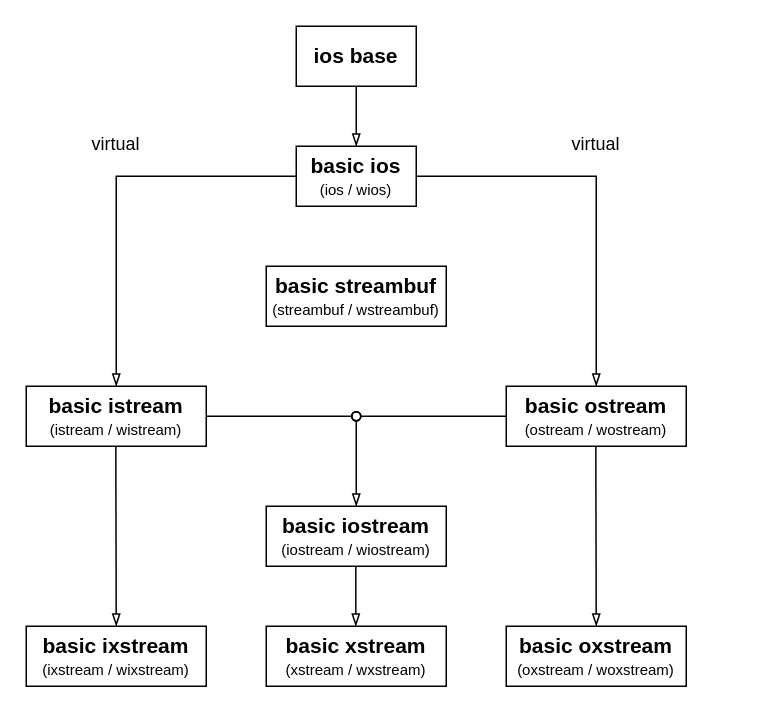
Before: projects/examples/source/13.01.drawio in i-s-m-mipt/Education, a draw.io diagram. Source tidied: cells renumbered, new cells numbered last; positions are measured from the earlier drawing's top-left corner, leaving out a move shared by most shapes. Both pictures are drawn from the tidied source at 150%, with x=0, y=0 at pixel (26, 26).
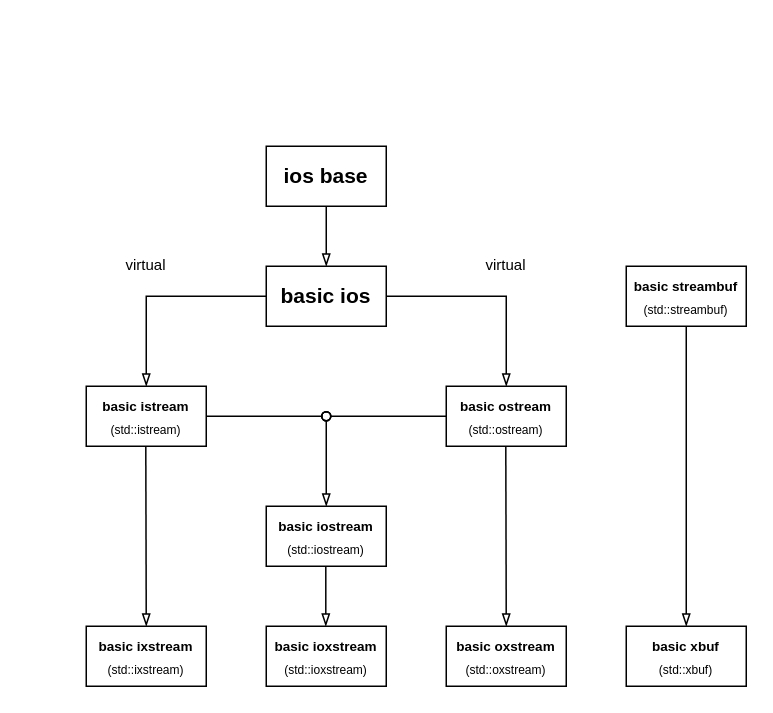
The same diagram, later.

Diff of the diagram source:
```diff
@@
     <mxCell id="2" value="&lt;b&gt;&lt;font style=&quot;font-size: 14px;&quot;&gt;ios base&lt;/font&gt;&lt;/b&gt;" style="rounded=0;whiteSpace=wrap;html=1;fontFamily=Helvetica;" parent="1" vertex="1">
-      <mxGeometry x="180" width="80" height="40" as="geometry" />
+      <mxGeometry x="160" y="80" width="80" height="40" as="geometry" />
     </mxCell>
-    <mxCell id="3" value="&lt;b&gt;&lt;font style=&quot;font-size: 14px;&quot;&gt;basic ios&lt;/font&gt;&lt;/b&gt;&lt;div&gt;&lt;span style=&quot;font-size: 10px;&quot;&gt;&lt;font style=&quot;&quot;&gt;(ios / wios)&lt;/font&gt;&lt;/span&gt;&lt;/div&gt;" style="rounded=0;whiteSpace=wrap;html=1;fontFamily=Helvetica;" parent="1" vertex="1">
-      <mxGeometry x="180" y="80" width="80" height="40" as="geometry" />
+    <mxCell id="3" value="&lt;b&gt;&lt;font style=&quot;font-size: 14px;&quot;&gt;basic ios&lt;/font&gt;&lt;/b&gt;" style="rounded=0;whiteSpace=wrap;html=1;fontFamily=Helvetica;" parent="1" vertex="1">
+      <mxGeometry x="160" y="160" width="80" height="40" as="geometry" />
     </mxCell>
-    <mxCell id="4" value="&lt;b&gt;&lt;font style=&quot;font-size: 14px;&quot;&gt;basic istream&lt;/font&gt;&lt;/b&gt;&lt;div&gt;&lt;span style=&quot;font-size: 10px; background-color: initial;&quot;&gt;(istream / wistream)&lt;/span&gt;&lt;/div&gt;" style="rounded=0;whiteSpace=wrap;html=1;fontFamily=Helvetica;" parent="1" vertex="1">
-      <mxGeometry y="240" width="120" height="40" as="geometry" />
+    <mxCell id="4" value="&lt;b&gt;&lt;font style=&quot;font-size: 9px;&quot;&gt;basic istream&lt;/font&gt;&lt;/b&gt;&lt;div&gt;&lt;span style=&quot;background-color: initial;&quot;&gt;&lt;font style=&quot;font-size: 8px;&quot;&gt;(std::istream)&lt;/font&gt;&lt;/span&gt;&lt;/div&gt;" style="rounded=0;whiteSpace=wrap;html=1;fontFamily=Helvetica;" parent="1" vertex="1">
+      <mxGeometry x="40" y="240" width="80" height="40" as="geometry" />
     </mxCell>
-    <mxCell id="5" value="&lt;b&gt;&lt;font style=&quot;font-size: 14px;&quot;&gt;basic ostream&lt;/font&gt;&lt;/b&gt;&lt;div&gt;&lt;span style=&quot;background-color: initial; font-size: 10px;&quot;&gt;&lt;font&gt;(ostream / wo&lt;/font&gt;&lt;/span&gt;&lt;span style=&quot;background-color: initial; font-size: 10px;&quot;&gt;stream)&lt;/span&gt;&lt;/div&gt;" style="rounded=0;whiteSpace=wrap;html=1;fontFamily=Helvetica;" parent="1" vertex="1">
-      <mxGeometry x="320" y="240" width="120" height="40" as="geometry" />
+    <mxCell id="5" value="&lt;b&gt;&lt;font style=&quot;font-size: 9px;&quot;&gt;basic ostream&lt;/font&gt;&lt;/b&gt;&lt;div&gt;&lt;span style=&quot;background-color: initial;&quot;&gt;&lt;font style=&quot;font-size: 8px;&quot;&gt;(std::ostream)&lt;/font&gt;&lt;/span&gt;&lt;/div&gt;" style="rounded=0;whiteSpace=wrap;html=1;fontFamily=Helvetica;" parent="1" vertex="1">
+      <mxGeometry x="280" y="240" width="80" height="40" as="geometry" />
     </mxCell>
-    <mxCell id="6" value="&lt;b&gt;&lt;font style=&quot;font-size: 14px;&quot;&gt;basic iostream&lt;/font&gt;&lt;/b&gt;&lt;div&gt;&lt;span style=&quot;background-color: initial; font-size: 10px;&quot;&gt;&lt;font&gt;(iostream / wio&lt;/font&gt;&lt;/span&gt;&lt;span style=&quot;background-color: initial; font-size: 10px;&quot;&gt;stream)&lt;/span&gt;&lt;/div&gt;" style="rounded=0;whiteSpace=wrap;html=1;fontFamily=Helvetica;" parent="1" vertex="1">
-      <mxGeometry x="160" y="320" width="120" height="40" as="geometry" />
+    <mxCell id="6" value="&lt;b&gt;&lt;font style=&quot;font-size: 9px;&quot;&gt;basic iostream&lt;/font&gt;&lt;/b&gt;&lt;div&gt;&lt;span style=&quot;background-color: initial;&quot;&gt;&lt;font style=&quot;font-size: 8px;&quot;&gt;(std::iostream)&lt;/font&gt;&lt;/span&gt;&lt;/div&gt;" style="rounded=0;whiteSpace=wrap;html=1;fontFamily=Helvetica;" parent="1" vertex="1">
+      <mxGeometry x="160" y="320" width="80" height="40" as="geometry" />
     </mxCell>
     <mxCell id="7" style="endArrow=none;html=1;rounded=0;exitX=0.5;exitY=0;exitDx=0;exitDy=0;entryX=0;entryY=0.5;entryDx=0;entryDy=0;endFill=0;fontFamily=Helvetica;startFill=0;startArrow=blockThin;" parent="1" edge="1" source="4" target="3">
       <mxGeometry relative="1" as="geometry">
         <Array as="points">
-          <mxPoint x="60" y="100" />
+          <mxPoint x="80" y="180" />
         </Array>
       </mxGeometry>
     </mxCell>
     <mxCell id="8" style="endArrow=none;html=1;rounded=0;entryX=1;entryY=0.5;entryDx=0;entryDy=0;endFill=0;exitX=0.5;exitY=0;exitDx=0;exitDy=0;fontFamily=Helvetica;startFill=0;startArrow=blockThin;" parent="1" edge="1" source="5" target="3">
       <mxGeometry relative="1" as="geometry">
         <Array as="points">
-          <mxPoint x="380" y="100" />
+          <mxPoint x="320" y="180" />
         </Array>
       </mxGeometry>
     </mxCell>
@@
-    <mxCell id="10" value="&lt;font&gt;virtual&lt;/font&gt;" style="text;html=1;align=center;verticalAlign=middle;whiteSpace=wrap;rounded=0;fontFamily=Helvetica;" parent="1" vertex="1">
-      <mxGeometry x="20" y="59" width="80" height="40" as="geometry" />
+    <mxCell id="10" value="&lt;font style=&quot;font-size: 10px;&quot;&gt;virtual&lt;/font&gt;" style="text;html=1;align=center;verticalAlign=middle;whiteSpace=wrap;rounded=0;fontFamily=Helvetica;" parent="1" vertex="1">
+      <mxGeometry x="40" y="139" width="80" height="40" as="geometry" />
     </mxCell>
-    <mxCell id="11" value="&lt;b&gt;&lt;font style=&quot;font-size: 14px;&quot;&gt;basic oxstream&lt;/font&gt;&lt;/b&gt;&lt;div&gt;&lt;span style=&quot;background-color: initial; font-size: 10px;&quot;&gt;&lt;font&gt;(oxstream / wox&lt;/font&gt;&lt;/span&gt;&lt;span style=&quot;background-color: initial; font-size: 10px;&quot;&gt;stream)&lt;/span&gt;&lt;/div&gt;" style="rounded=0;whiteSpace=wrap;html=1;fontFamily=Helvetica;" parent="1" vertex="1">
-      <mxGeometry x="320" y="400" width="120" height="40" as="geometry" />
+    <mxCell id="11" value="&lt;b&gt;&lt;font style=&quot;font-size: 9px;&quot;&gt;basic oxstream&lt;/font&gt;&lt;/b&gt;&lt;div&gt;&lt;span style=&quot;background-color: initial;&quot;&gt;&lt;font style=&quot;font-size: 8px;&quot;&gt;(std::oxstream)&lt;/font&gt;&lt;/span&gt;&lt;/div&gt;" style="rounded=0;whiteSpace=wrap;html=1;fontFamily=Helvetica;" parent="1" vertex="1">
+      <mxGeometry x="280" y="400" width="80" height="40" as="geometry" />
     </mxCell>
-    <mxCell id="12" value="&lt;b&gt;&lt;font style=&quot;font-size: 14px;&quot;&gt;basic ixstream&lt;/font&gt;&lt;/b&gt;&lt;div&gt;&lt;span style=&quot;font-size: 10px; background-color: initial;&quot;&gt;(ixstream / wixstream)&lt;/span&gt;&lt;/div&gt;" style="rounded=0;whiteSpace=wrap;html=1;fontFamily=Helvetica;" parent="1" vertex="1">
-      <mxGeometry y="400" width="120" height="40" as="geometry" />
+    <mxCell id="12" value="&lt;b&gt;&lt;font style=&quot;font-size: 9px;&quot;&gt;basic ixstream&lt;/font&gt;&lt;/b&gt;&lt;div&gt;&lt;span style=&quot;background-color: initial;&quot;&gt;&lt;font style=&quot;font-size: 8px;&quot;&gt;(std::ixstream)&lt;/font&gt;&lt;/span&gt;&lt;/div&gt;" style="rounded=0;whiteSpace=wrap;html=1;fontFamily=Helvetica;" parent="1" vertex="1">
+      <mxGeometry x="40" y="400" width="80" height="40" as="geometry" />
     </mxCell>
-    <mxCell id="13" value="&lt;b&gt;&lt;font style=&quot;font-size: 14px;&quot;&gt;basic xstream&lt;/font&gt;&lt;/b&gt;&lt;div&gt;&lt;span style=&quot;background-color: initial; font-size: 10px;&quot;&gt;&lt;font&gt;(xstream / wx&lt;/font&gt;&lt;/span&gt;&lt;span style=&quot;background-color: initial; font-size: 10px;&quot;&gt;stream)&lt;/span&gt;&lt;/div&gt;" style="rounded=0;whiteSpace=wrap;html=1;fontFamily=Helvetica;" parent="1" vertex="1">
-      <mxGeometry x="160" y="400" width="120" height="40" as="geometry" />
+    <mxCell id="13" value="&lt;b&gt;&lt;font style=&quot;font-size: 9px;&quot;&gt;basic ioxstream&lt;/font&gt;&lt;/b&gt;&lt;div&gt;&lt;span style=&quot;background-color: initial;&quot;&gt;&lt;font style=&quot;font-size: 8px;&quot;&gt;(std::ioxstream)&lt;/font&gt;&lt;/span&gt;&lt;/div&gt;" style="rounded=0;whiteSpace=wrap;html=1;fontFamily=Helvetica;" parent="1" vertex="1">
+      <mxGeometry x="160" y="400" width="80" height="40" as="geometry" />
     </mxCell>
     <mxCell id="14" style="endArrow=none;html=1;rounded=0;exitX=0.5;exitY=0;exitDx=0;exitDy=0;entryX=0.5;entryY=1;entryDx=0;entryDy=0;endFill=0;fontFamily=Helvetica;startFill=0;startArrow=blockThin;" parent="1" edge="1" source="12">
       <mxGeometry relative="1" as="geometry">
-        <mxPoint x="59.7" y="280" as="targetPoint" />
+        <mxPoint x="79.7" y="280" as="targetPoint" />
       </mxGeometry>
     </mxCell>
     <mxCell id="15" style="endArrow=none;html=1;rounded=0;exitX=0.5;exitY=0;exitDx=0;exitDy=0;entryX=0.5;entryY=1;entryDx=0;entryDy=0;endFill=0;fontFamily=Helvetica;startFill=0;startArrow=blockThin;" parent="1" edge="1">
       <mxGeometry relative="1" as="geometry">
-        <mxPoint x="219.7" y="400" as="sourcePoint" />
-        <mxPoint x="219.7" y="360" as="targetPoint" />
+        <mxPoint x="199.7" y="400" as="sourcePoint" />
+        <mxPoint x="199.7" y="360" as="targetPoint" />
       </mxGeometry>
     </mxCell>
     <mxCell id="16" style="endArrow=none;html=1;rounded=0;exitX=0.5;exitY=0;exitDx=0;exitDy=0;entryX=0.5;entryY=1;entryDx=0;entryDy=0;endFill=0;fontFamily=Helvetica;startFill=0;startArrow=blockThin;" parent="1" edge="1" source="11">
       <mxGeometry relative="1" as="geometry">
-        <mxPoint x="379.7" y="280" as="targetPoint" />
+        <mxPoint x="319.7" y="280" as="targetPoint" />
       </mxGeometry>
     </mxCell>
-    <mxCell id="17" value="&lt;b&gt;&lt;font style=&quot;font-size: 14px;&quot;&gt;basic streambuf&lt;/font&gt;&lt;/b&gt;&lt;div&gt;&lt;font style=&quot;font-size: 10px;&quot;&gt;(streambuf / wstreambuf)&lt;/font&gt;&lt;/div&gt;" style="rounded=0;whiteSpace=wrap;html=1;fontFamily=Helvetica;" parent="1" vertex="1">
-      <mxGeometry x="160" y="160" width="120" height="40" as="geometry" />
+    <mxCell id="17" value="&lt;b&gt;&lt;font style=&quot;font-size: 9px;&quot;&gt;basic streambuf&lt;/font&gt;&lt;/b&gt;&lt;div&gt;&lt;font style=&quot;font-size: 8px;&quot;&gt;(std::streambuf)&lt;/font&gt;&lt;/div&gt;" style="rounded=0;whiteSpace=wrap;html=1;fontFamily=Helvetica;" parent="1" vertex="1">
+      <mxGeometry x="400" y="160" width="80" height="40" as="geometry" />
     </mxCell>
-    <mxCell id="18" value="&lt;font&gt;virtual&lt;/font&gt;" style="text;html=1;align=center;verticalAlign=middle;whiteSpace=wrap;rounded=0;fontFamily=Helvetica;" parent="1" vertex="1">
-      <mxGeometry x="340" y="59" width="80" height="40" as="geometry" />
+    <mxCell id="18" value="&lt;font style=&quot;font-size: 10px;&quot;&gt;virtual&lt;/font&gt;" style="text;html=1;align=center;verticalAlign=middle;whiteSpace=wrap;rounded=0;fontFamily=Helvetica;" parent="1" vertex="1">
+      <mxGeometry x="280" y="139" width="80" height="40" as="geometry" />
     </mxCell>
     <mxCell id="19" style="endArrow=oval;html=1;rounded=0;exitX=1;exitY=0.5;exitDx=0;exitDy=0;endFill=0;" parent="1" edge="1" source="4">
       <mxGeometry relative="1" as="geometry">
-        <mxPoint x="220" y="260" as="targetPoint" />
+        <mxPoint x="200" y="260" as="targetPoint" />
       </mxGeometry>
     </mxCell>
     <mxCell id="20" style="endArrow=none;html=1;rounded=0;entryX=0;entryY=0.5;entryDx=0;entryDy=0;startArrow=oval;startFill=0;" parent="1" edge="1" target="5">
       <mxGeometry relative="1" as="geometry">
-        <mxPoint x="220" y="260" as="sourcePoint" />
+        <mxPoint x="200" y="260" as="sourcePoint" />
       </mxGeometry>
     </mxCell>
     <mxCell id="21" style="endArrow=oval;html=1;rounded=0;endFill=0;exitX=0.5;exitY=0;exitDx=0;exitDy=0;startArrow=blockThin;startFill=0;" parent="1" edge="1" source="6">
       <mxGeometry relative="1" as="geometry">
-        <mxPoint x="220" y="260" as="targetPoint" />
+        <mxPoint x="200" y="260" as="targetPoint" />
       </mxGeometry>
     </mxCell>
+    <mxCell id="22" value="&lt;b&gt;&lt;font style=&quot;font-size: 9px;&quot;&gt;basic xbuf&lt;/font&gt;&lt;/b&gt;&lt;div&gt;&lt;font style=&quot;font-size: 8px;&quot;&gt;(std::xbuf)&lt;/font&gt;&lt;/div&gt;" style="rounded=0;whiteSpace=wrap;html=1;fontFamily=Helvetica;" parent="1" vertex="1">
+      <mxGeometry x="400" y="400" width="80" height="40" as="geometry" />
+    </mxCell>
+    <mxCell id="23" style="endArrow=none;html=1;rounded=0;exitX=0.5;exitY=0;exitDx=0;exitDy=0;entryX=0.5;entryY=1;entryDx=0;entryDy=0;endFill=0;fontFamily=Helvetica;startFill=0;startArrow=blockThin;" parent="1" edge="1" source="22" target="17">
+      <mxGeometry relative="1" as="geometry" />
+    </mxCell>
```
